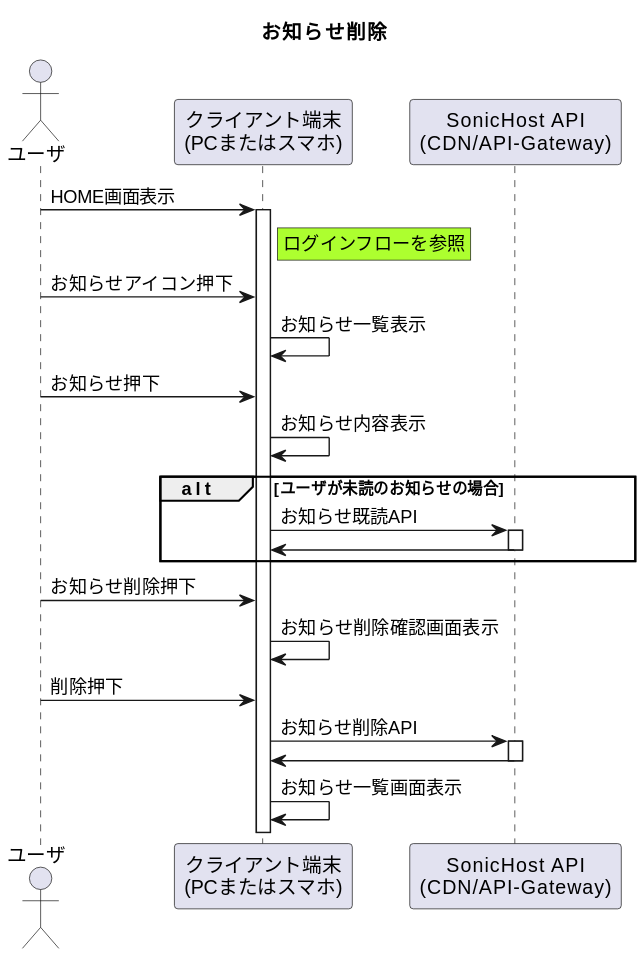
Sonic-Host/documents keeps this PlantUML diagram as 01_Sequences/04_Notification/02_deleteNotificationFlow/deleteNotificationFlow.svg. Above is the earlier version. Its diagram source:
```plantuml
@startuml
title お知らせ削除

actor "ユーザ" as user
participant "クライアント端末\n(PCまたはスマホ)" as device
participant "SonicHost API\n(CDN/API-Gateway)" as api

user -> device ++: HOME画面表示
rnote right of device #GreenYellow
    ログインフローを参照
end note
user -> device : お知らせアイコン押下
device -> device : お知らせ一覧表示
user -> device : お知らせ押下
device -> device : お知らせ内容表示
alt ユーザが未読のお知らせの場合
    device -> api ++ : お知らせ既読API
    device <- api --
end
user -> device : お知らせ削除押下
device -> device : お知らせ削除確認画面表示
user -> device : 削除押下
device -> api ++ : お知らせ削除API
device <- api --
device -> device : お知らせ一覧画面表示
@enduml
```
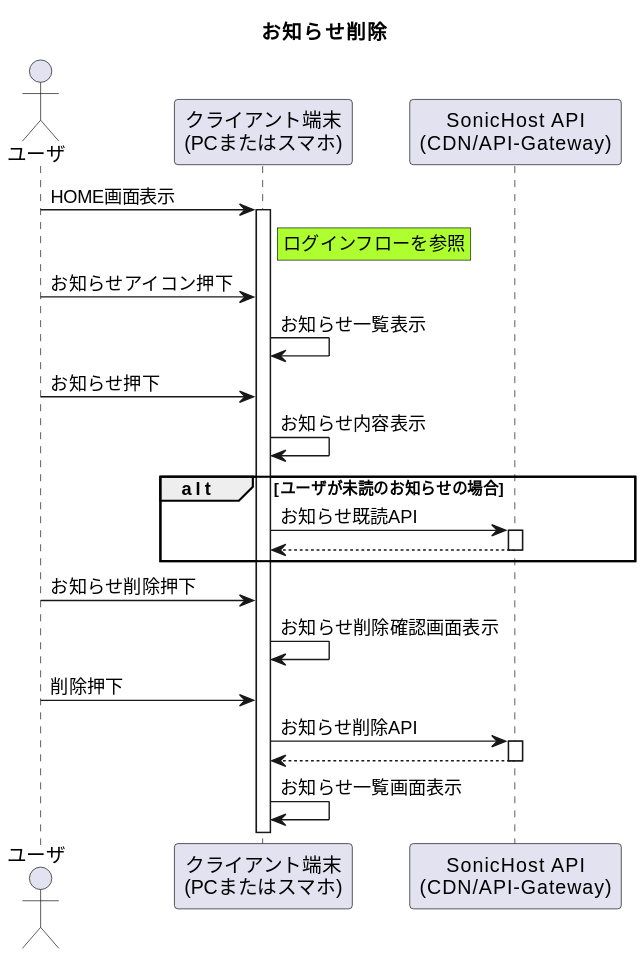
After the commit.

What changed in the source:
```diff
@@ -15,12 +15,12 @@
 device -> device : お知らせ内容表示
 alt ユーザが未読のお知らせの場合
     device -> api ++ : お知らせ既読API
-    device <- api --
+    device <-- api --
 end
 user -> device : お知らせ削除押下
 device -> device : お知らせ削除確認画面表示
 user -> device : 削除押下
 device -> api ++ : お知らせ削除API
-device <- api --
+device <-- api --
 device -> device : お知らせ一覧画面表示
 @enduml
```
